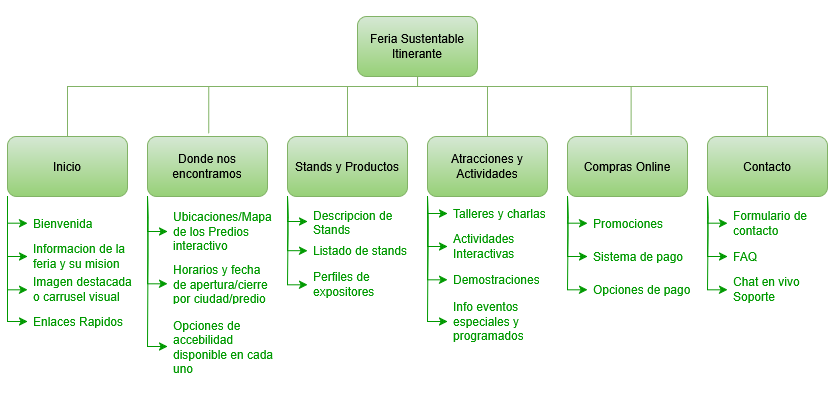
Mgarcinuno-uade/DES.WEB-Grupo10-Proyecto keeps this draw.io diagram as img/sitemap.png. Above is the earlier version. Source tidied: cells renumbered, new cells last; positions are measured from the earlier drawing's top-left corner, leaving out a move shared by most shapes.
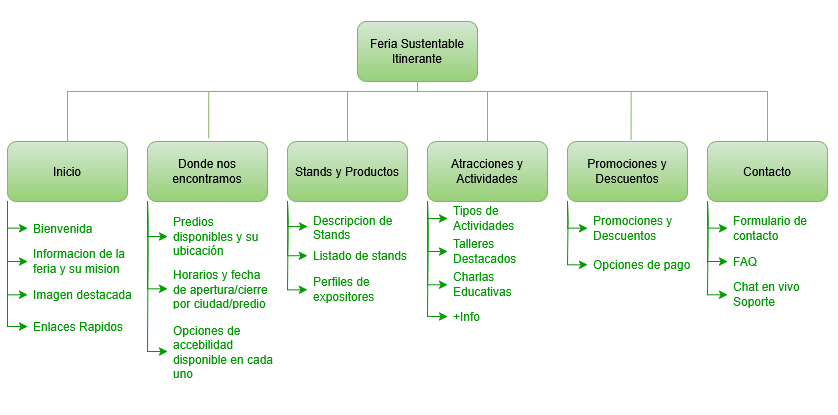
Later version of the same file.

Commit message:
se actualiza la informacion acorde la sitio realizado

Change to the diagram source:
```diff
@@ -61,7 +61,7 @@
     <mxCell id="14" value="Atracciones y Actividades" style="rounded=1;whiteSpace=wrap;html=1;strokeWidth=1;fillColor=#d5e8d4;strokeColor=#82b366;gradientColor=#97d077;" parent="1" vertex="1">
       <mxGeometry x="420" y="120" width="120" height="60" as="geometry" />
     </mxCell>
-    <mxCell id="15" value="Compras Online" style="rounded=1;whiteSpace=wrap;html=1;strokeWidth=1;fillColor=#d5e8d4;strokeColor=#82b366;gradientColor=#97d077;" parent="1" vertex="1">
+    <mxCell id="15" value="Promociones y Descuentos" style="rounded=1;whiteSpace=wrap;html=1;strokeWidth=1;fillColor=#d5e8d4;strokeColor=#82b366;gradientColor=#97d077;" parent="1" vertex="1">
       <mxGeometry x="560" y="120" width="120" height="60" as="geometry" />
     </mxCell>
     <mxCell id="16" value="Contacto" style="rounded=1;whiteSpace=wrap;html=1;strokeWidth=1;fillColor=#d5e8d4;strokeColor=#82b366;gradientColor=#97d077;" parent="1" vertex="1">
@@ -95,7 +95,7 @@
     <mxCell id="22" value="Informacion de la feria y su mision" style="text;strokeColor=none;fillColor=none;align=left;verticalAlign=middle;spacingLeft=4;spacingRight=4;overflow=hidden;points=[[0,0.5],[1,0.5]];portConstraint=eastwest;whiteSpace=wrap;html=1;fontColor=#009900;" parent="19" vertex="1">
       <mxGeometry y="33.3" width="110" height="33.3" as="geometry" />
     </mxCell>
-    <mxCell id="23" value="&lt;div&gt;Imagen destacada o carrusel visual&lt;/div&gt;" style="text;strokeColor=none;fillColor=none;align=left;verticalAlign=middle;spacingLeft=4;spacingRight=4;overflow=hidden;points=[[0,0.5],[1,0.5]];portConstraint=eastwest;whiteSpace=wrap;html=1;fontColor=#009900;" parent="19" vertex="1">
+    <mxCell id="23" value="&lt;div&gt;Imagen destacada&lt;/div&gt;" style="text;strokeColor=none;fillColor=none;align=left;verticalAlign=middle;spacingLeft=4;spacingRight=4;overflow=hidden;points=[[0,0.5],[1,0.5]];portConstraint=eastwest;whiteSpace=wrap;html=1;fontColor=#009900;" parent="19" vertex="1">
       <mxGeometry y="66.7" width="110" height="33.3" as="geometry" />
     </mxCell>
     <mxCell id="24" value="Enlaces Rapidos" style="text;strokeColor=none;fillColor=none;align=left;verticalAlign=middle;spacingLeft=4;spacingRight=4;overflow=hidden;points=[[0,0.5],[1,0.5]];portConstraint=eastwest;whiteSpace=wrap;html=1;fontColor=#009900;" parent="19" vertex="1">
@@ -122,7 +122,7 @@
     <mxCell id="29" style="swimlane;fontStyle=0;horizontal=1;startSize=0;whiteSpace=wrap;html=1;strokeColor=none;fontColor=#009900;" parent="28" vertex="1">
       <mxGeometry y="-60" width="110" height="193.7" as="geometry" />
     </mxCell>
-    <mxCell id="30" value="Ubicaciones/Mapa de los Predios interactivo" style="text;strokeColor=none;fillColor=none;align=left;verticalAlign=middle;spacingLeft=4;spacingRight=4;overflow=hidden;points=[[0,0.5],[1,0.5]];portConstraint=eastwest;whiteSpace=wrap;html=1;fontColor=#009900;" parent="28" vertex="1">
+    <mxCell id="30" value="Predios disponibles y su ubicación" style="text;strokeColor=none;fillColor=none;align=left;verticalAlign=middle;spacingLeft=4;spacingRight=4;overflow=hidden;points=[[0,0.5],[1,0.5]];portConstraint=eastwest;whiteSpace=wrap;html=1;fontColor=#009900;" parent="28" vertex="1">
       <mxGeometry width="110" height="50" as="geometry" />
     </mxCell>
     <mxCell id="31" value="Horarios y fecha de apertura/cierre por ciudad/predio" style="text;strokeColor=none;fillColor=none;align=left;verticalAlign=middle;spacingLeft=4;spacingRight=4;overflow=hidden;points=[[0,0.5],[1,0.5]];portConstraint=eastwest;whiteSpace=wrap;html=1;fontColor=#009900;" parent="28" vertex="1">
@@ -191,25 +191,23 @@
     <mxCell id="46" style="swimlane;fontStyle=0;horizontal=1;startSize=0;whiteSpace=wrap;html=1;strokeColor=none;fontColor=#009900;" parent="45" vertex="1">
       <mxGeometry width="110" height="100" as="geometry" />
     </mxCell>
-    <mxCell id="47" value="Talleres y charlas" style="text;strokeColor=none;fillColor=none;align=left;verticalAlign=middle;spacingLeft=4;spacingRight=4;overflow=hidden;points=[[0,0.5],[1,0.5]];portConstraint=eastwest;whiteSpace=wrap;html=1;fontColor=#009900;" parent="45" vertex="1">
+    <mxCell id="47" value="Tipos de Actividades" style="text;strokeColor=none;fillColor=none;align=left;verticalAlign=middle;spacingLeft=4;spacingRight=4;overflow=hidden;points=[[0,0.5],[1,0.5]];portConstraint=eastwest;whiteSpace=wrap;html=1;fontColor=#009900;" parent="45" vertex="1">
       <mxGeometry width="110" height="33.3" as="geometry" />
     </mxCell>
-    <mxCell id="48" value="Actividades Interactivas" style="text;strokeColor=none;fillColor=none;align=left;verticalAlign=middle;spacingLeft=4;spacingRight=4;overflow=hidden;points=[[0,0.5],[1,0.5]];portConstraint=eastwest;whiteSpace=wrap;html=1;fontColor=#009900;" parent="45" vertex="1">
+    <mxCell id="48" value="Talleres Destacados" style="text;strokeColor=none;fillColor=none;align=left;verticalAlign=middle;spacingLeft=4;spacingRight=4;overflow=hidden;points=[[0,0.5],[1,0.5]];portConstraint=eastwest;whiteSpace=wrap;html=1;fontColor=#009900;" parent="45" vertex="1">
       <mxGeometry y="33.3" width="110" height="33.3" as="geometry" />
     </mxCell>
-    <mxCell id="49" value="Demostraciones" style="text;strokeColor=none;fillColor=none;align=left;verticalAlign=middle;spacingLeft=4;spacingRight=4;overflow=hidden;points=[[0,0.5],[1,0.5]];portConstraint=eastwest;whiteSpace=wrap;html=1;fontColor=#009900;" parent="45" vertex="1">
+    <mxCell id="49" value="Charlas Educativas" style="text;strokeColor=none;fillColor=none;align=left;verticalAlign=middle;spacingLeft=4;spacingRight=4;overflow=hidden;points=[[0,0.5],[1,0.5]];portConstraint=eastwest;whiteSpace=wrap;html=1;fontColor=#009900;" parent="45" vertex="1">
       <mxGeometry y="66.7" width="110" height="33.3" as="geometry" />
     </mxCell>
+    <mxCell id="66" value="+Info" style="text;strokeColor=none;fillColor=none;align=left;verticalAlign=middle;spacingLeft=4;spacingRight=4;overflow=hidden;points=[[0,0.5],[1,0.5]];portConstraint=eastwest;whiteSpace=wrap;html=1;fontColor=#009900;" parent="45" vertex="1">
+      <mxGeometry y="90" width="110" height="50" as="geometry" />
+    </mxCell>
     <mxCell id="50" style="edgeStyle=orthogonalEdgeStyle;rounded=0;jettySize=auto;html=1;exitX=0;exitY=1;exitDx=0;exitDy=0;fontColor=#009900;strokeColor=#009900;" parent="1" edge="1" target="55">
       <mxGeometry relative="1" as="geometry">
         <mxPoint x="560" y="180" as="sourcePoint" />
       </mxGeometry>
     </mxCell>
-    <mxCell id="51" style="edgeStyle=orthogonalEdgeStyle;rounded=0;jettySize=auto;html=1;exitX=0;exitY=1;exitDx=0;exitDy=0;entryX=0;entryY=0.5;entryDx=0;entryDy=0;fontColor=#009900;strokeColor=#009900;" parent="1" edge="1" target="56">
-      <mxGeometry relative="1" as="geometry">
-        <mxPoint x="560" y="180" as="sourcePoint" />
-      </mxGeometry>
-    </mxCell>
     <mxCell id="52" style="edgeStyle=orthogonalEdgeStyle;rounded=0;jettySize=auto;html=1;exitX=0;exitY=1;exitDx=0;exitDy=0;entryX=0;entryY=0.5;entryDx=0;entryDy=0;fontColor=#009900;strokeColor=#009900;" parent="1" edge="1" target="57">
       <mxGeometry relative="1" as="geometry">
         <mxPoint x="560" y="180" as="sourcePoint" />
@@ -219,16 +217,13 @@
       <mxGeometry x="580" y="190" width="110" height="160" as="geometry" />
     </mxCell>
     <mxCell id="54" style="swimlane;fontStyle=0;horizontal=1;startSize=0;whiteSpace=wrap;html=1;strokeColor=none;fontColor=#009900;" parent="53" vertex="1">
-      <mxGeometry width="110" height="100" as="geometry" />
+      <mxGeometry y="-30" width="110" height="100" as="geometry" />
     </mxCell>
-    <mxCell id="55" value="Promociones" style="text;strokeColor=none;fillColor=none;align=left;verticalAlign=middle;spacingLeft=4;spacingRight=4;overflow=hidden;points=[[0,0.5],[1,0.5]];portConstraint=eastwest;whiteSpace=wrap;html=1;fontColor=#009900;" parent="53" vertex="1">
+    <mxCell id="55" value="Promociones y Descuentos" style="text;strokeColor=none;fillColor=none;align=left;verticalAlign=middle;spacingLeft=4;spacingRight=4;overflow=hidden;points=[[0,0.5],[1,0.5]];portConstraint=eastwest;whiteSpace=wrap;html=1;fontColor=#009900;" parent="53" vertex="1">
       <mxGeometry width="110" height="33.3" as="geometry" />
     </mxCell>
-    <mxCell id="56" value="Sistema de pago" style="text;strokeColor=none;fillColor=none;align=left;verticalAlign=middle;spacingLeft=4;spacingRight=4;overflow=hidden;points=[[0,0.5],[1,0.5]];portConstraint=eastwest;whiteSpace=wrap;html=1;fontColor=#009900;" parent="53" vertex="1">
-      <mxGeometry y="33.3" width="110" height="33.3" as="geometry" />
-    </mxCell>
     <mxCell id="57" value="Opciones de pago" style="text;strokeColor=none;fillColor=none;align=left;verticalAlign=middle;spacingLeft=4;spacingRight=4;overflow=hidden;points=[[0,0.5],[1,0.5]];portConstraint=eastwest;whiteSpace=wrap;html=1;fontColor=#009900;" parent="53" vertex="1">
-      <mxGeometry y="66.7" width="110" height="33.3" as="geometry" />
+      <mxGeometry y="36.7" width="110" height="33.3" as="geometry" />
     </mxCell>
     <mxCell id="58" style="edgeStyle=orthogonalEdgeStyle;rounded=0;jettySize=auto;html=1;exitX=0;exitY=1;exitDx=0;exitDy=0;fontColor=#009900;strokeColor=#009900;" parent="1" edge="1" target="63">
       <mxGeometry relative="1" as="geometry">
@@ -260,8 +255,5 @@
     <mxCell id="65" value="Chat en vivo Soporte" style="text;strokeColor=none;fillColor=none;align=left;verticalAlign=middle;spacingLeft=4;spacingRight=4;overflow=hidden;points=[[0,0.5],[1,0.5]];portConstraint=eastwest;whiteSpace=wrap;html=1;fontColor=#009900;" parent="61" vertex="1">
       <mxGeometry y="66.7" width="110" height="33.3" as="geometry" />
     </mxCell>
-    <mxCell id="66" value="Info eventos especiales y programados" style="text;strokeColor=none;fillColor=none;align=left;verticalAlign=middle;spacingLeft=4;spacingRight=4;overflow=hidden;points=[[0,0.5],[1,0.5]];portConstraint=eastwest;whiteSpace=wrap;html=1;fontColor=#009900;" parent="1" vertex="1">
-      <mxGeometry x="440" y="280" width="110" height="50" as="geometry" />
-    </mxCell>
   </root>
 </mxGraphModel>
```
